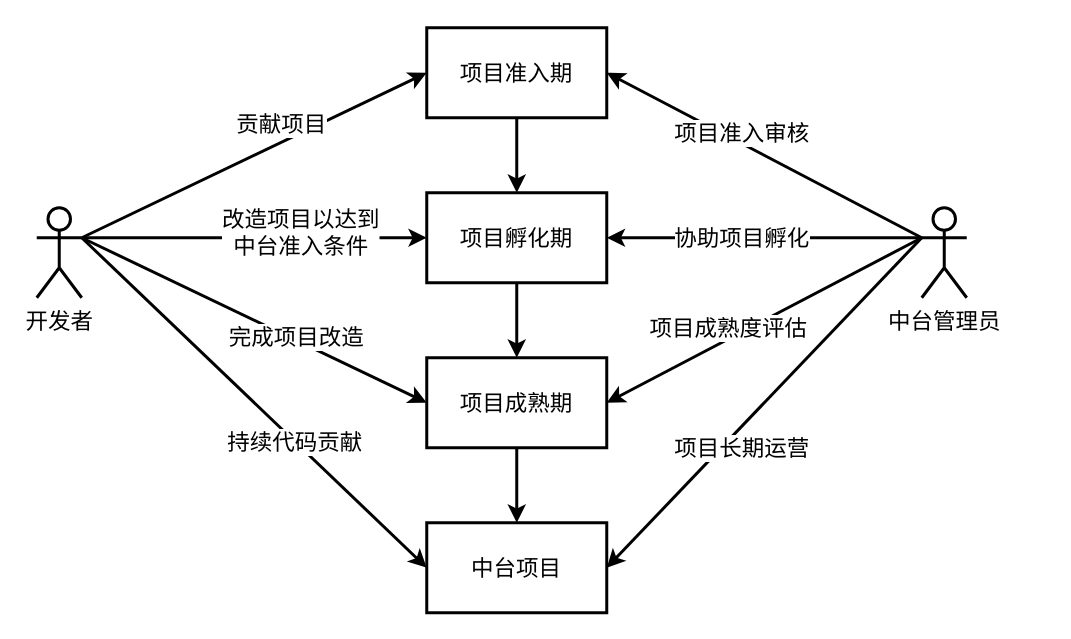
Earlier version of the draw.io diagram sse/业务中台共建模式.drawio (yimzncy/draw). Source tidied: cells renumbered, new cells numbered last; positions are measured from the earlier drawing's top-left corner, leaving out a move shared by most shapes. Both pictures are drawn from the tidied source at 150%, with x=0, y=0 at pixel (36, 27).
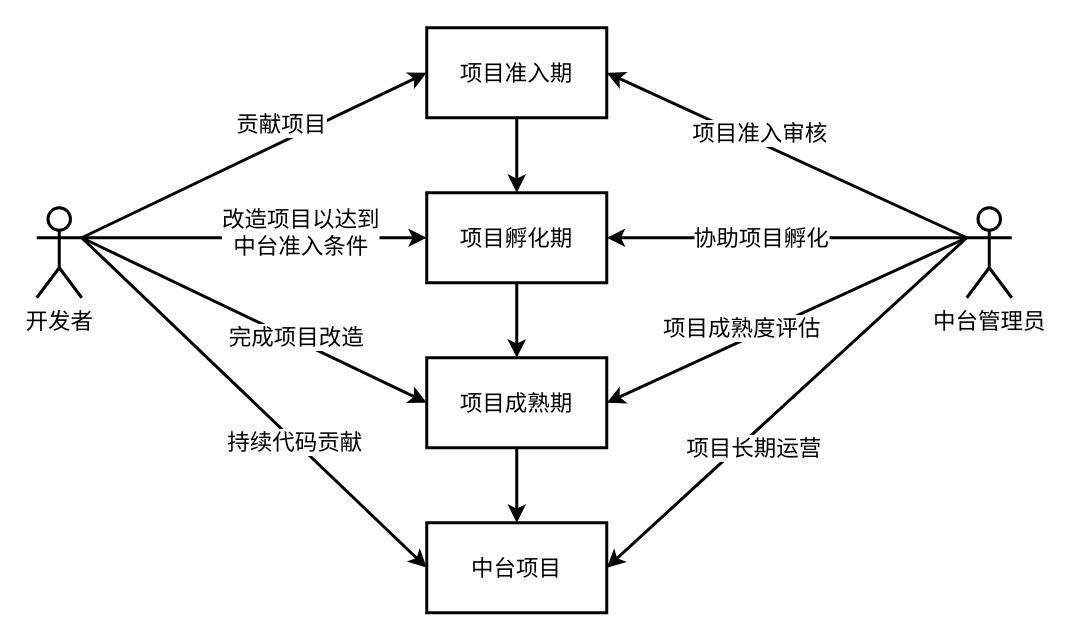
The same page after the edit.

Commit message:
Update 业务中台共建模式.drawio

Unchanged cells that the change refers to:
```xml
<mxCell id="21" value="项目孵化期" style="rounded=0;whiteSpace=wrap;html=1;strokeWidth=2;fontSize=15;" parent="1" vertex="1">
  <mxGeometry x="260" y="110" width="120" height="60" as="geometry" />
</mxCell>
```

What changed in the source:
```diff
@@
-    <mxCell id="12" value="协助项目孵化" style="edgeStyle=none;rounded=0;jettySize=auto;html=1;entryX=1;entryY=0.5;entryDx=0;entryDy=0;strokeWidth=2;fontSize=15;" parent="1" edge="1" target="21">
-      <mxGeometry x="0.14" relative="1" as="geometry">
-        <mxPoint x="590" y="140" as="sourcePoint" />
-      </mxGeometry>
+    <mxCell id="12" value="协助项目孵化" style="edgeStyle=none;rounded=0;jettySize=auto;html=1;entryX=1;entryY=0.5;entryDx=0;entryDy=0;strokeWidth=2;fontSize=15;exitX=0;exitY=0.3333333333333333;exitDx=0;exitDy=0;exitPerimeter=0;" parent="1" edge="1" source="17" target="21">
+      <mxGeometry x="0.14" relative="1" as="geometry" />
     </mxCell>
@@
     <mxCell id="17" value="中台管理员" style="shape=umlActor;verticalLabelPosition=bottom;verticalAlign=top;html=1;outlineConnect=0;strokeWidth=2;fontSize=15;" parent="1" vertex="1">
-      <mxGeometry x="590" y="120" width="30" height="60" as="geometry" />
+      <mxGeometry x="620" y="120" width="30" height="60" as="geometry" />
     </mxCell>
```
